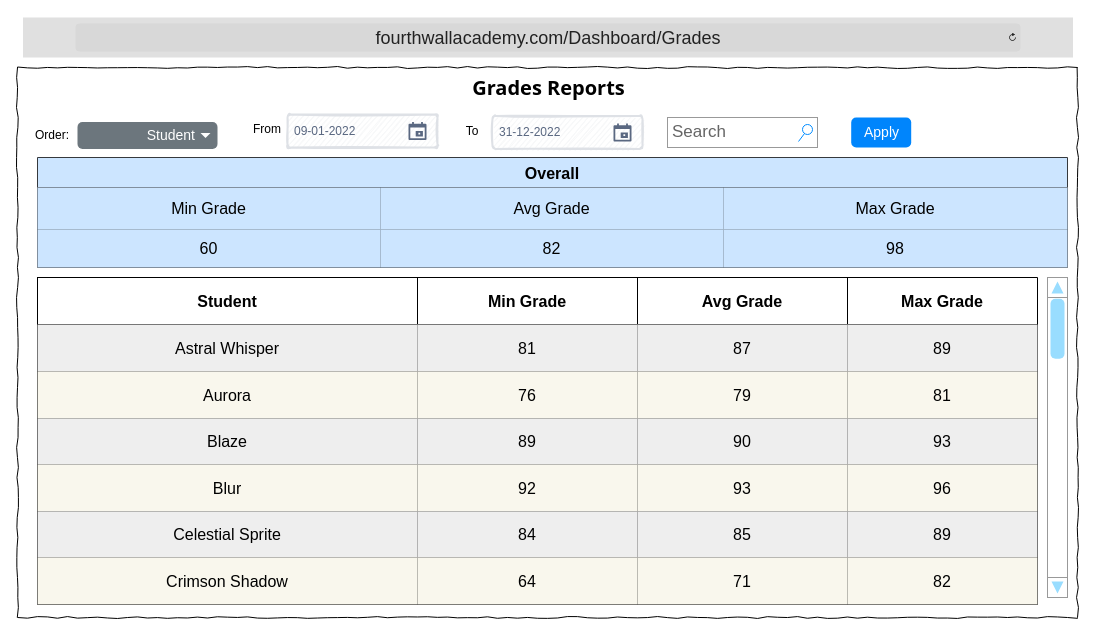
Before: DesignDocument/Wireframes/4thWallAcademy_Dashboard_Grades.drawio in TRed91/4thWallAcademy, a draw.io diagram. Source tidied: cells renumbered, new cells numbered last; positions are measured from the earlier drawing's top-left corner, leaving out a move shared by most shapes. Both pictures are drawn from the tidied source at 100%, with x=0, y=0 at pixel (17, 17).
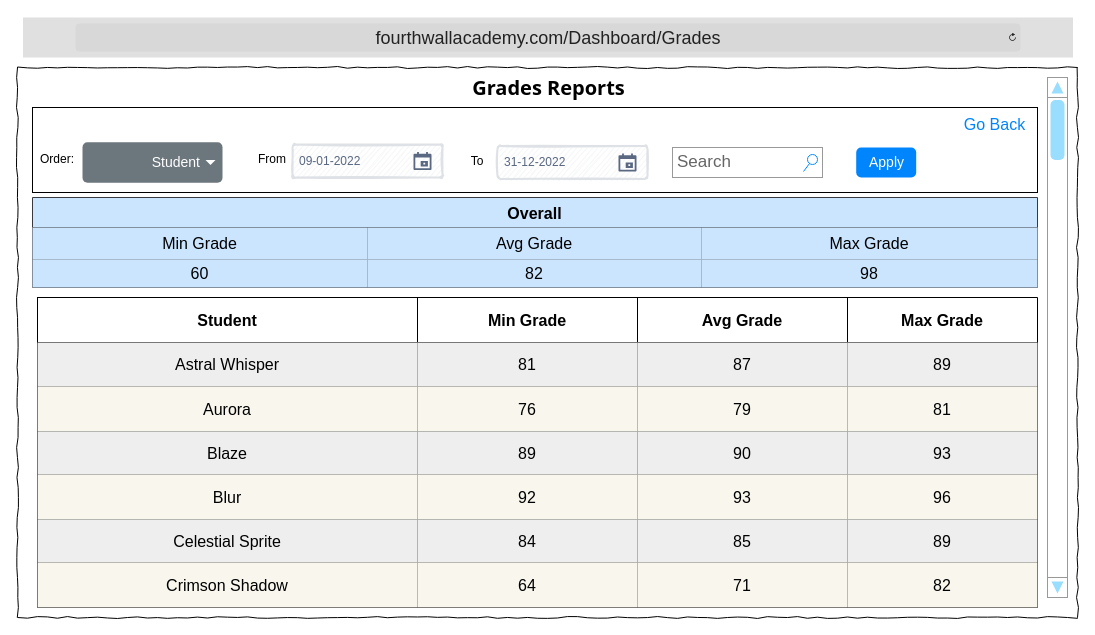
After the change.

What changed in the source:
```diff
@@
+    <mxCell id="62" style="rounded=0;whiteSpace=wrap;html=1;fillColor=none;" parent="1" vertex="1">
+      <mxGeometry x="15" y="90" width="1005" height="85" as="geometry" />
+    </mxCell>
@@
     <mxCell id="5" value="Apply" style="html=1;shadow=0;dashed=0;shape=mxgraph.bootstrap.rrect;rSize=5;fillColor=#0085FC;strokeColor=none;align=center;spacing=15;fontSize=14;fontColor=#ffffff;sketch=0;" parent="1" vertex="1">
-      <mxGeometry x="833.7" y="100" width="60" height="30" as="geometry" />
+      <mxGeometry x="838.7" y="130" width="60" height="30" as="geometry" />
     </mxCell>
     <mxCell id="6" style="verticalLabelPosition=bottom;shadow=0;dashed=0;align=center;html=1;verticalAlign=top;strokeWidth=1;shape=mxgraph.mockup.navigation.scrollBar;strokeColor=#999999;barPos=99.394;fillColor2=#99ddff;strokeColor2=none;direction=north;" parent="1" vertex="1">
-      <mxGeometry x="1030" y="260" width="20" height="320" as="geometry" />
+      <mxGeometry x="1030" y="60" width="20" height="520" as="geometry" />
     </mxCell>
     <mxCell id="7" value="Order:" style="text;html=1;align=center;verticalAlign=middle;whiteSpace=wrap;rounded=0;" parent="1" vertex="1">
-      <mxGeometry x="10" y="103" width="50" height="30" as="geometry" />
+      <mxGeometry x="15" y="127" width="50" height="30" as="geometry" />
     </mxCell>
     <mxCell id="8" value="Student" style="html=1;shadow=0;dashed=0;shape=mxgraph.bootstrap.rrect;rSize=5;strokeColor=none;strokeWidth=1;fillColor=#6C767D;fontColor=#ffffff;whiteSpace=wrap;align=right;verticalAlign=middle;fontStyle=0;fontSize=14;spacingRight=20;" parent="1" vertex="1">
-      <mxGeometry x="60" y="104.5" width="140" height="27" as="geometry" />
+      <mxGeometry x="65" y="124.8" width="140" height="40.5" as="geometry" />
     </mxCell>
@@
     <mxCell id="10" value="Search" style="strokeWidth=1;shadow=0;dashed=0;align=center;html=1;shape=mxgraph.mockup.forms.searchBox;strokeColor=#999999;mainText=;strokeColor2=#008cff;fontColor=#666666;fontSize=17;align=left;spacingLeft=3;whiteSpace=wrap;" parent="1" vertex="1">
-      <mxGeometry x="650" y="100" width="150" height="30" as="geometry" />
+      <mxGeometry x="655" y="130" width="150" height="30" as="geometry" />
     </mxCell>
     <mxCell id="11" value="Overall" style="shape=table;startSize=30;childLayout=tableLayout;strokeColor=#36393d;fontSize=16;fillColor=#cce5ff;fontStyle=1;" parent="1" vertex="1">
-      <mxGeometry x="20" y="140" width="1030" height="110" as="geometry" />
+      <mxGeometry x="15" y="180" width="1005" height="90" as="geometry" />
     </mxCell>
     <mxCell id="12" style="shape=tableRow;horizontal=0;startSize=0;swimlaneHead=0;swimlaneBody=0;strokeColor=inherit;top=0;left=0;bottom=0;right=0;fillColor=none;fontSize=16;" parent="11" vertex="1">
-      <mxGeometry y="30" width="1030" height="42" as="geometry" />
+      <mxGeometry y="30" width="1005" height="32" as="geometry" />
     </mxCell>
     <mxCell id="13" value="Min Grade" style="shape=partialRectangle;html=1;whiteSpace=wrap;strokeColor=#36393d;overflow=hidden;fillColor=#cce5ff;top=0;left=0;bottom=0;right=0;fontSize=16;" parent="12" vertex="1">
-      <mxGeometry width="343" height="42" as="geometry" />
+      <mxGeometry width="335" height="32" as="geometry" />
     </mxCell>
     <mxCell id="14" value="Avg Grade" style="shape=partialRectangle;html=1;whiteSpace=wrap;strokeColor=#36393d;overflow=hidden;fillColor=#cce5ff;top=0;left=0;bottom=0;right=0;fontSize=16;" parent="12" vertex="1">
-      <mxGeometry x="343" width="343" height="42" as="geometry" />
+      <mxGeometry x="335" width="334" height="32" as="geometry" />
     </mxCell>
     <mxCell id="15" value="Max Grade" style="shape=partialRectangle;html=1;whiteSpace=wrap;strokeColor=#36393d;overflow=hidden;fillColor=#cce5ff;top=0;left=0;bottom=0;right=0;fontSize=16;" parent="12" vertex="1">
-      <mxGeometry x="686" width="344" height="42" as="geometry" />
+      <mxGeometry x="669" width="336" height="32" as="geometry" />
     </mxCell>
     <mxCell id="16" style="shape=tableRow;horizontal=0;startSize=0;swimlaneHead=0;swimlaneBody=0;strokeColor=inherit;top=0;left=0;bottom=0;right=0;fillColor=none;fontSize=16;" parent="11" vertex="1">
-      <mxGeometry y="72" width="1030" height="38" as="geometry" />
+      <mxGeometry y="62" width="1005" height="28" as="geometry" />
     </mxCell>
     <mxCell id="17" value="60" style="shape=partialRectangle;html=1;whiteSpace=wrap;strokeColor=#36393d;overflow=hidden;fillColor=#cce5ff;top=0;left=0;bottom=0;right=0;fontSize=16;" parent="16" vertex="1">
-      <mxGeometry width="343" height="38" as="geometry" />
+      <mxGeometry width="335" height="28" as="geometry" />
     </mxCell>
     <mxCell id="18" value="82" style="shape=partialRectangle;html=1;whiteSpace=wrap;strokeColor=#36393d;overflow=hidden;fillColor=#cce5ff;top=0;left=0;bottom=0;right=0;fontSize=16;" parent="16" vertex="1">
-      <mxGeometry x="343" width="343" height="38" as="geometry" />
+      <mxGeometry x="335" width="334" height="28" as="geometry" />
     </mxCell>
     <mxCell id="19" value="98" style="shape=partialRectangle;html=1;whiteSpace=wrap;strokeColor=#36393d;overflow=hidden;fillColor=#cce5ff;top=0;left=0;bottom=0;right=0;fontSize=16;" parent="16" vertex="1">
-      <mxGeometry x="686" width="344" height="38" as="geometry" />
+      <mxGeometry x="669" width="336" height="28" as="geometry" />
     </mxCell>
     <mxCell id="20" style="shape=table;startSize=0;childLayout=tableLayout;fontSize=16;" parent="1" vertex="1">
-      <mxGeometry x="20" y="260" width="1000" height="327" as="geometry" />
+      <mxGeometry x="20" y="280" width="1000" height="310" as="geometry" />
     </mxCell>
     <mxCell id="21" style="shape=tableRow;horizontal=0;startSize=0;swimlaneHead=0;swimlaneBody=0;strokeColor=inherit;top=0;left=0;bottom=0;right=0;fillColor=none;fontSize=16;" parent="20" vertex="1">
-      <mxGeometry width="1000" height="47" as="geometry" />
+      <mxGeometry width="1000" height="45" as="geometry" />
     </mxCell>
     <mxCell id="22" value="&lt;b&gt;Student&lt;/b&gt;" style="shape=partialRectangle;html=1;whiteSpace=wrap;strokeColor=inherit;overflow=hidden;fillColor=none;top=0;left=0;bottom=0;right=0;fontSize=16;" parent="21" vertex="1">
-      <mxGeometry width="380" height="47" as="geometry" />
+      <mxGeometry width="380" height="45" as="geometry" />
     </mxCell>
     <mxCell id="23" value="&lt;b&gt;Min Grade&lt;/b&gt;" style="shape=partialRectangle;html=1;whiteSpace=wrap;strokeColor=inherit;overflow=hidden;fillColor=none;top=0;left=0;bottom=0;right=0;fontSize=16;" parent="21" vertex="1">
-      <mxGeometry x="380" width="220" height="47" as="geometry" />
+      <mxGeometry x="380" width="220" height="45" as="geometry" />
     </mxCell>
     <mxCell id="24" value="&lt;b&gt;Avg Grade&lt;/b&gt;" style="shape=partialRectangle;html=1;whiteSpace=wrap;strokeColor=inherit;overflow=hidden;fillColor=none;top=0;left=0;bottom=0;right=0;fontSize=16;" parent="21" vertex="1">
-      <mxGeometry x="600" width="210" height="47" as="geometry" />
+      <mxGeometry x="600" width="210" height="45" as="geometry" />
     </mxCell>
     <mxCell id="25" value="&lt;b&gt;Max Grade&lt;/b&gt;" style="shape=partialRectangle;html=1;whiteSpace=wrap;strokeColor=inherit;overflow=hidden;fillColor=none;top=0;left=0;bottom=0;right=0;fontSize=16;" parent="21" vertex="1">
-      <mxGeometry x="810" width="190" height="47" as="geometry" />
+      <mxGeometry x="810" width="190" height="45" as="geometry" />
     </mxCell>
     <mxCell id="26" style="shape=tableRow;horizontal=0;startSize=0;swimlaneHead=0;swimlaneBody=0;strokeColor=inherit;top=0;left=0;bottom=0;right=0;fillColor=none;fontSize=16;" parent="20" vertex="1">
-      <mxGeometry y="47" width="1000" height="47" as="geometry" />
+      <mxGeometry y="45" width="1000" height="44" as="geometry" />
     </mxCell>
     <mxCell id="27" value="Astral Whisper" style="shape=partialRectangle;html=1;whiteSpace=wrap;strokeColor=#36393d;overflow=hidden;fillColor=#eeeeee;top=0;left=0;bottom=0;right=0;fontSize=16;" parent="26" vertex="1">
-      <mxGeometry width="380" height="47" as="geometry" />
+      <mxGeometry width="380" height="44" as="geometry" />
     </mxCell>
     <mxCell id="28" value="81" style="shape=partialRectangle;html=1;whiteSpace=wrap;strokeColor=#36393d;overflow=hidden;fillColor=#eeeeee;top=0;left=0;bottom=0;right=0;fontSize=16;" parent="26" vertex="1">
-      <mxGeometry x="380" width="220" height="47" as="geometry" />
+      <mxGeometry x="380" width="220" height="44" as="geometry" />
     </mxCell>
     <mxCell id="29" value="87" style="shape=partialRectangle;html=1;whiteSpace=wrap;strokeColor=#36393d;overflow=hidden;fillColor=#eeeeee;top=0;left=0;bottom=0;right=0;fontSize=16;" parent="26" vertex="1">
-      <mxGeometry x="600" width="210" height="47" as="geometry" />
+      <mxGeometry x="600" width="210" height="44" as="geometry" />
     </mxCell>
     <mxCell id="30" value="89" style="shape=partialRectangle;html=1;whiteSpace=wrap;strokeColor=#36393d;overflow=hidden;fillColor=#eeeeee;top=0;left=0;bottom=0;right=0;fontSize=16;" parent="26" vertex="1">
-      <mxGeometry x="810" width="190" height="47" as="geometry" />
+      <mxGeometry x="810" width="190" height="44" as="geometry" />
     </mxCell>
     <mxCell id="31" style="shape=tableRow;horizontal=0;startSize=0;swimlaneHead=0;swimlaneBody=0;strokeColor=inherit;top=0;left=0;bottom=0;right=0;fillColor=none;fontSize=16;" parent="20" vertex="1">
-      <mxGeometry y="94" width="1000" height="47" as="geometry" />
+      <mxGeometry y="89" width="1000" height="45" as="geometry" />
     </mxCell>
     <mxCell id="32" value="Aurora" style="shape=partialRectangle;html=1;whiteSpace=wrap;strokeColor=#36393d;overflow=hidden;fillColor=#f9f7ed;top=0;left=0;bottom=0;right=0;fontSize=16;" parent="31" vertex="1">
-      <mxGeometry width="380" height="47" as="geometry" />
+      <mxGeometry width="380" height="45" as="geometry" />
     </mxCell>
     <mxCell id="33" value="76" style="shape=partialRectangle;html=1;whiteSpace=wrap;strokeColor=#36393d;overflow=hidden;fillColor=#f9f7ed;top=0;left=0;bottom=0;right=0;fontSize=16;" parent="31" vertex="1">
-      <mxGeometry x="380" width="220" height="47" as="geometry" />
+      <mxGeometry x="380" width="220" height="45" as="geometry" />
     </mxCell>
     <mxCell id="34" value="79" style="shape=partialRectangle;html=1;whiteSpace=wrap;strokeColor=#36393d;overflow=hidden;fillColor=#f9f7ed;top=0;left=0;bottom=0;right=0;fontSize=16;" parent="31" vertex="1">
-      <mxGeometry x="600" width="210" height="47" as="geometry" />
+      <mxGeometry x="600" width="210" height="45" as="geometry" />
     </mxCell>
     <mxCell id="35" value="81" style="shape=partialRectangle;html=1;whiteSpace=wrap;strokeColor=#36393d;overflow=hidden;fillColor=#f9f7ed;top=0;left=0;bottom=0;right=0;fontSize=16;" parent="31" vertex="1">
-      <mxGeometry x="810" width="190" height="47" as="geometry" />
+      <mxGeometry x="810" width="190" height="45" as="geometry" />
     </mxCell>
     <mxCell id="36" style="shape=tableRow;horizontal=0;startSize=0;swimlaneHead=0;swimlaneBody=0;strokeColor=inherit;top=0;left=0;bottom=0;right=0;fillColor=none;fontSize=16;" parent="20" vertex="1">
-      <mxGeometry y="141" width="1000" height="46" as="geometry" />
+      <mxGeometry y="134" width="1000" height="43" as="geometry" />
     </mxCell>
     <mxCell id="37" value="Blaze" style="shape=partialRectangle;html=1;whiteSpace=wrap;strokeColor=#36393d;overflow=hidden;fillColor=#eeeeee;top=0;left=0;bottom=0;right=0;fontSize=16;" parent="36" vertex="1">
-      <mxGeometry width="380" height="46" as="geometry" />
+      <mxGeometry width="380" height="43" as="geometry" />
     </mxCell>
     <mxCell id="38" value="89" style="shape=partialRectangle;html=1;whiteSpace=wrap;strokeColor=#36393d;overflow=hidden;fillColor=#eeeeee;top=0;left=0;bottom=0;right=0;fontSize=16;" parent="36" vertex="1">
-      <mxGeometry x="380" width="220" height="46" as="geometry" />
+      <mxGeometry x="380" width="220" height="43" as="geometry" />
     </mxCell>
     <mxCell id="39" value="90" style="shape=partialRectangle;html=1;whiteSpace=wrap;strokeColor=#36393d;overflow=hidden;fillColor=#eeeeee;top=0;left=0;bottom=0;right=0;fontSize=16;" parent="36" vertex="1">
-      <mxGeometry x="600" width="210" height="46" as="geometry" />
+      <mxGeometry x="600" width="210" height="43" as="geometry" />
     </mxCell>
     <mxCell id="40" value="93" style="shape=partialRectangle;html=1;whiteSpace=wrap;strokeColor=#36393d;overflow=hidden;fillColor=#eeeeee;top=0;left=0;bottom=0;right=0;fontSize=16;" parent="36" vertex="1">
-      <mxGeometry x="810" width="190" height="46" as="geometry" />
+      <mxGeometry x="810" width="190" height="43" as="geometry" />
     </mxCell>
     <mxCell id="41" style="shape=tableRow;horizontal=0;startSize=0;swimlaneHead=0;swimlaneBody=0;strokeColor=inherit;top=0;left=0;bottom=0;right=0;fillColor=none;fontSize=16;" parent="20" vertex="1">
-      <mxGeometry y="187" width="1000" height="47" as="geometry" />
+      <mxGeometry y="177" width="1000" height="45" as="geometry" />
     </mxCell>
     <mxCell id="42" value="Blur" style="shape=partialRectangle;html=1;whiteSpace=wrap;strokeColor=#36393d;overflow=hidden;fillColor=#f9f7ed;top=0;left=0;bottom=0;right=0;fontSize=16;" parent="41" vertex="1">
-      <mxGeometry width="380" height="47" as="geometry" />
+      <mxGeometry width="380" height="45" as="geometry" />
     </mxCell>
     <mxCell id="43" value="92" style="shape=partialRectangle;html=1;whiteSpace=wrap;strokeColor=#36393d;overflow=hidden;fillColor=#f9f7ed;top=0;left=0;bottom=0;right=0;fontSize=16;" parent="41" vertex="1">
-      <mxGeometry x="380" width="220" height="47" as="geometry" />
+      <mxGeometry x="380" width="220" height="45" as="geometry" />
     </mxCell>
     <mxCell id="44" value="93" style="shape=partialRectangle;html=1;whiteSpace=wrap;strokeColor=#36393d;overflow=hidden;fillColor=#f9f7ed;top=0;left=0;bottom=0;right=0;fontSize=16;" parent="41" vertex="1">
-      <mxGeometry x="600" width="210" height="47" as="geometry" />
+      <mxGeometry x="600" width="210" height="45" as="geometry" />
     </mxCell>
     <mxCell id="45" value="96" style="shape=partialRectangle;html=1;whiteSpace=wrap;strokeColor=#36393d;overflow=hidden;fillColor=#f9f7ed;top=0;left=0;bottom=0;right=0;fontSize=16;" parent="41" vertex="1">
-      <mxGeometry x="810" width="190" height="47" as="geometry" />
+      <mxGeometry x="810" width="190" height="45" as="geometry" />
     </mxCell>
     <mxCell id="46" style="shape=tableRow;horizontal=0;startSize=0;swimlaneHead=0;swimlaneBody=0;strokeColor=inherit;top=0;left=0;bottom=0;right=0;fillColor=none;fontSize=16;" parent="20" vertex="1">
-      <mxGeometry y="234" width="1000" height="46" as="geometry" />
+      <mxGeometry y="222" width="1000" height="43" as="geometry" />
     </mxCell>
     <mxCell id="47" value="Celestial Sprite" style="shape=partialRectangle;html=1;whiteSpace=wrap;strokeColor=#36393d;overflow=hidden;fillColor=#eeeeee;top=0;left=0;bottom=0;right=0;fontSize=16;" parent="46" vertex="1">
-      <mxGeometry width="380" height="46" as="geometry" />
+      <mxGeometry width="380" height="43" as="geometry" />
     </mxCell>
     <mxCell id="48" value="84" style="shape=partialRectangle;html=1;whiteSpace=wrap;strokeColor=#36393d;overflow=hidden;fillColor=#eeeeee;top=0;left=0;bottom=0;right=0;fontSize=16;" parent="46" vertex="1">
-      <mxGeometry x="380" width="220" height="46" as="geometry" />
+      <mxGeometry x="380" width="220" height="43" as="geometry" />
     </mxCell>
     <mxCell id="49" value="85" style="shape=partialRectangle;html=1;whiteSpace=wrap;strokeColor=#36393d;overflow=hidden;fillColor=#eeeeee;top=0;left=0;bottom=0;right=0;fontSize=16;" parent="46" vertex="1">
-      <mxGeometry x="600" width="210" height="46" as="geometry" />
+      <mxGeometry x="600" width="210" height="43" as="geometry" />
     </mxCell>
     <mxCell id="50" value="89" style="shape=partialRectangle;html=1;whiteSpace=wrap;strokeColor=#36393d;overflow=hidden;fillColor=#eeeeee;top=0;left=0;bottom=0;right=0;fontSize=16;" parent="46" vertex="1">
-      <mxGeometry x="810" width="190" height="46" as="geometry" />
+      <mxGeometry x="810" width="190" height="43" as="geometry" />
     </mxCell>
     <mxCell id="51" style="shape=tableRow;horizontal=0;startSize=0;swimlaneHead=0;swimlaneBody=0;strokeColor=inherit;top=0;left=0;bottom=0;right=0;fillColor=none;fontSize=16;" parent="20" vertex="1">
-      <mxGeometry y="280" width="1000" height="47" as="geometry" />
+      <mxGeometry y="265" width="1000" height="45" as="geometry" />
     </mxCell>
     <mxCell id="52" value="Crimson Shadow" style="shape=partialRectangle;html=1;whiteSpace=wrap;strokeColor=#36393d;overflow=hidden;fillColor=#f9f7ed;top=0;left=0;bottom=0;right=0;fontSize=16;" parent="51" vertex="1">
-      <mxGeometry width="380" height="47" as="geometry" />
+      <mxGeometry width="380" height="45" as="geometry" />
     </mxCell>
     <mxCell id="53" value="64" style="shape=partialRectangle;html=1;whiteSpace=wrap;strokeColor=#36393d;overflow=hidden;fillColor=#f9f7ed;top=0;left=0;bottom=0;right=0;fontSize=16;" parent="51" vertex="1">
-      <mxGeometry x="380" width="220" height="47" as="geometry" />
+      <mxGeometry x="380" width="220" height="45" as="geometry" />
     </mxCell>
     <mxCell id="54" value="71" style="shape=partialRectangle;html=1;whiteSpace=wrap;strokeColor=#36393d;overflow=hidden;fillColor=#f9f7ed;top=0;left=0;bottom=0;right=0;fontSize=16;" parent="51" vertex="1">
-      <mxGeometry x="600" width="210" height="47" as="geometry" />
+      <mxGeometry x="600" width="210" height="45" as="geometry" />
     </mxCell>
     <mxCell id="55" value="82" style="shape=partialRectangle;html=1;whiteSpace=wrap;strokeColor=#36393d;overflow=hidden;fillColor=#f9f7ed;top=0;left=0;bottom=0;right=0;fontSize=16;" parent="51" vertex="1">
-      <mxGeometry x="810" width="190" height="47" as="geometry" />
+      <mxGeometry x="810" width="190" height="45" as="geometry" />
     </mxCell>
     <mxCell id="56" value="&lt;font face=&quot;Helvetica&quot;&gt;09-01-2022&lt;/font&gt;" style="rounded=1;arcSize=9;fillColor=#F7F8F9;align=left;spacingLeft=5;strokeColor=#DEE1E6;html=1;strokeWidth=2;fontColor=#596780;fontSize=12;sketch=1;hachureGap=4;fontFamily=Architects Daughter;" parent="1" vertex="1">
-      <mxGeometry x="270" y="97" width="150" height="33" as="geometry" />
+      <mxGeometry x="275" y="127" width="150" height="33" as="geometry" />
     </mxCell>
@@
     <mxCell id="58" value="From" style="text;html=1;align=center;verticalAlign=middle;whiteSpace=wrap;rounded=0;" parent="1" vertex="1">
-      <mxGeometry x="230" y="97" width="40" height="30" as="geometry" />
+      <mxGeometry x="235" y="127" width="40" height="30" as="geometry" />
     </mxCell>
     <mxCell id="59" value="&lt;font face=&quot;Helvetica&quot;&gt;31-12-2022&lt;/font&gt;" style="rounded=1;arcSize=9;fillColor=#F7F8F9;align=left;spacingLeft=5;strokeColor=#DEE1E6;html=1;strokeWidth=2;fontColor=#596780;fontSize=12;sketch=1;hachureGap=4;fontFamily=Architects Daughter;" parent="1" vertex="1">
-      <mxGeometry x="475" y="98.5" width="150" height="33" as="geometry" />
+      <mxGeometry x="480" y="128.5" width="150" height="33" as="geometry" />
     </mxCell>
@@
     <mxCell id="61" value="To" style="text;html=1;align=center;verticalAlign=middle;whiteSpace=wrap;rounded=0;" parent="1" vertex="1">
-      <mxGeometry x="435" y="98.5" width="40" height="30" as="geometry" />
+      <mxGeometry x="440" y="128.5" width="40" height="30" as="geometry" />
     </mxCell>
+    <mxCell id="63" value="Go Back" style="html=1;shadow=0;dashed=0;shape=mxgraph.bootstrap.rrect;rSize=5;strokeColor=none;strokeWidth=1;fillColor=none;fontColor=#0085FC;whiteSpace=wrap;align=center;verticalAlign=middle;spacingLeft=0;fontStyle=0;fontSize=16;spacing=5;" parent="1" vertex="1">
+      <mxGeometry x="935" y="87" width="85" height="40" as="geometry" />
+    </mxCell>
```
